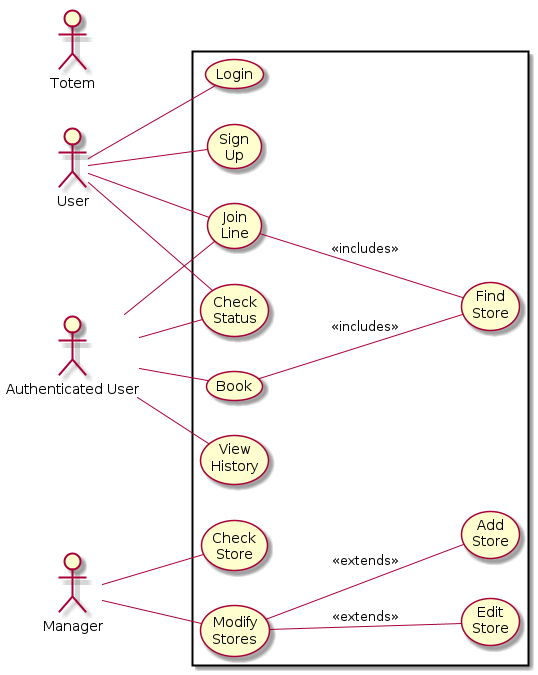
andreafra/Software-Engineering-2-Project-2021 keeps this PlantUML diagram as RASD/uml/usecase.png. Above is the earlier version. Its diagram source:
```plantuml
@startuml
left to right direction
User as u
Manager as m
"Authenticated User" as au
Totem as t
rectangle {
    u -- (Login)
    u -- (Sign\nUp)
    u -- (Join\nLine)
    u -- (Check\nStatus)

    au -- (Join\nLine)
    au -- (Check\nStatus)
    au -- (Book)
    au -- (View\nHistory)

    (Join\nLine) -- (Find\nStore) : <<includes>>
    (Book) -- (Find\nStore) : <<includes>>

    m -- (Modify\nStores)
    (Modify\nStores) -- (Add\nStore) : <<extends>>
    (Modify\nStores) -- (Edit\nStore) : <<extends>>
    m -- (Check\nStore)
}
@enduml
```
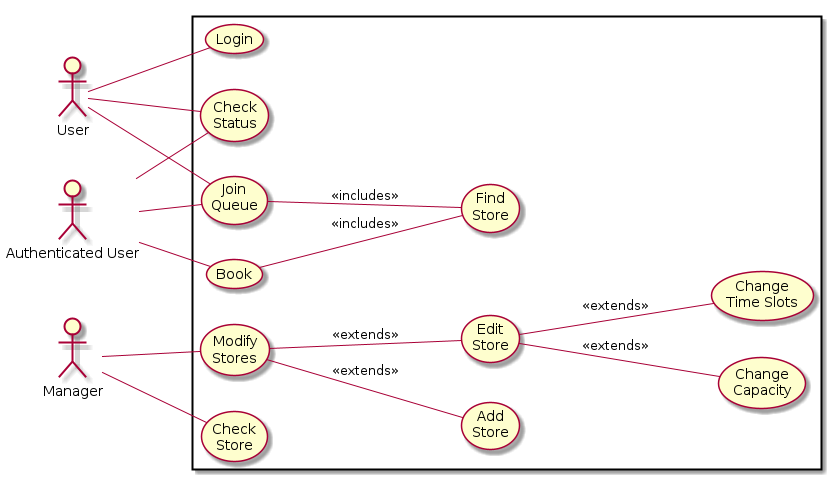
After the change.

Diff of the diagram source:
```diff
@@ -1,26 +1,25 @@
 @startuml
 left to right direction
 User as u
+"Authenticated User" as au
 Manager as m
-"Authenticated User" as au
-Totem as t
 rectangle {
     u -- (Login)
-    u -- (Sign\nUp)
-    u -- (Join\nLine)
     u -- (Check\nStatus)
+    u -- (Join\nQueue)
 
-    au -- (Join\nLine)
+    au -- (Join\nQueue)
+    au -- (Book)
     au -- (Check\nStatus)
-    au -- (Book)
-    au -- (View\nHistory)
 
-    (Join\nLine) -- (Find\nStore) : <<includes>>
+    (Join\nQueue) -- (Find\nStore) : <<includes>>
     (Book) -- (Find\nStore) : <<includes>>
 
     m -- (Modify\nStores)
     (Modify\nStores) -- (Add\nStore) : <<extends>>
     (Modify\nStores) -- (Edit\nStore) : <<extends>>
+    (Edit\nStore) -- (Change\nCapacity) : <<extends>>
+    (Edit\nStore) -- (Change\nTime Slots) : <<extends>>
     m -- (Check\nStore)
 }
 @enduml
```
